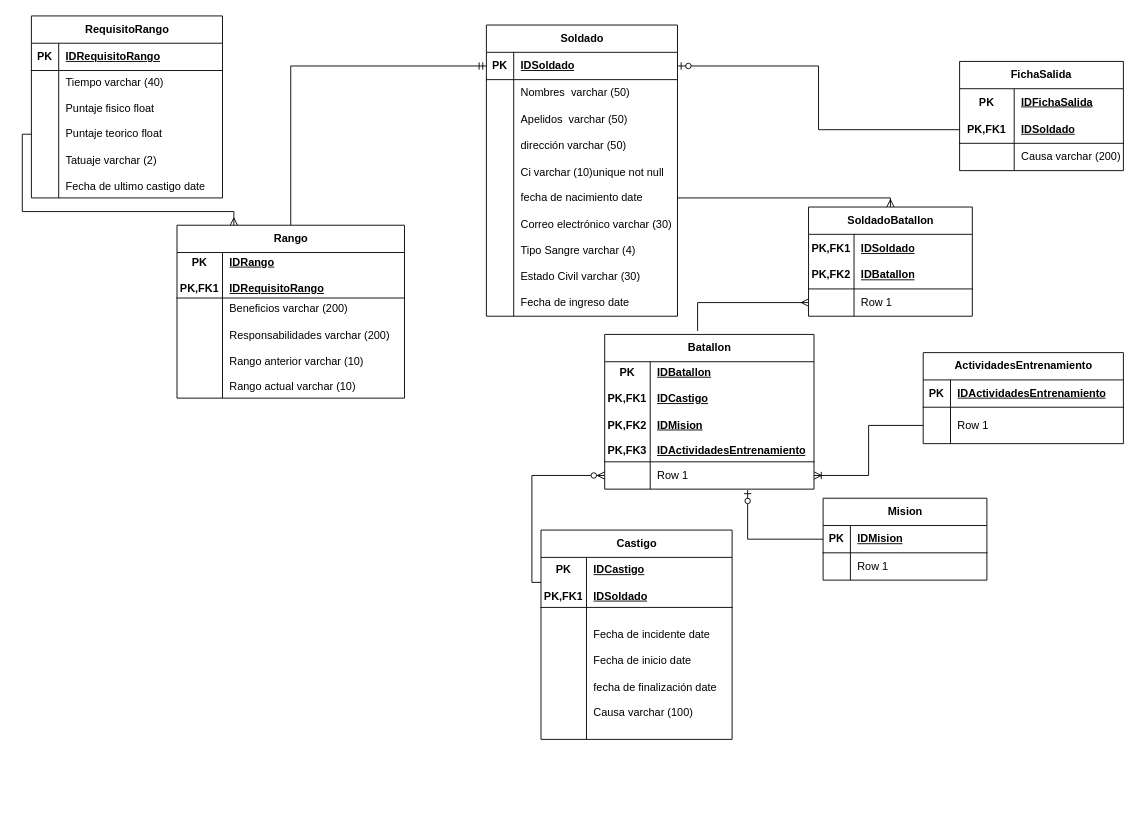
The draw.io diagram Ejercito.drawio in Rafael454Gonzalez/django-portfolio-simple, before the edit. Source tidied: cells renumbered, new cells numbered last; positions are measured from the earlier drawing's top-left corner, leaving out a move shared by most shapes. Both pictures are drawn from the tidied source at 91%, with x=0, y=0 at pixel (31, 15).
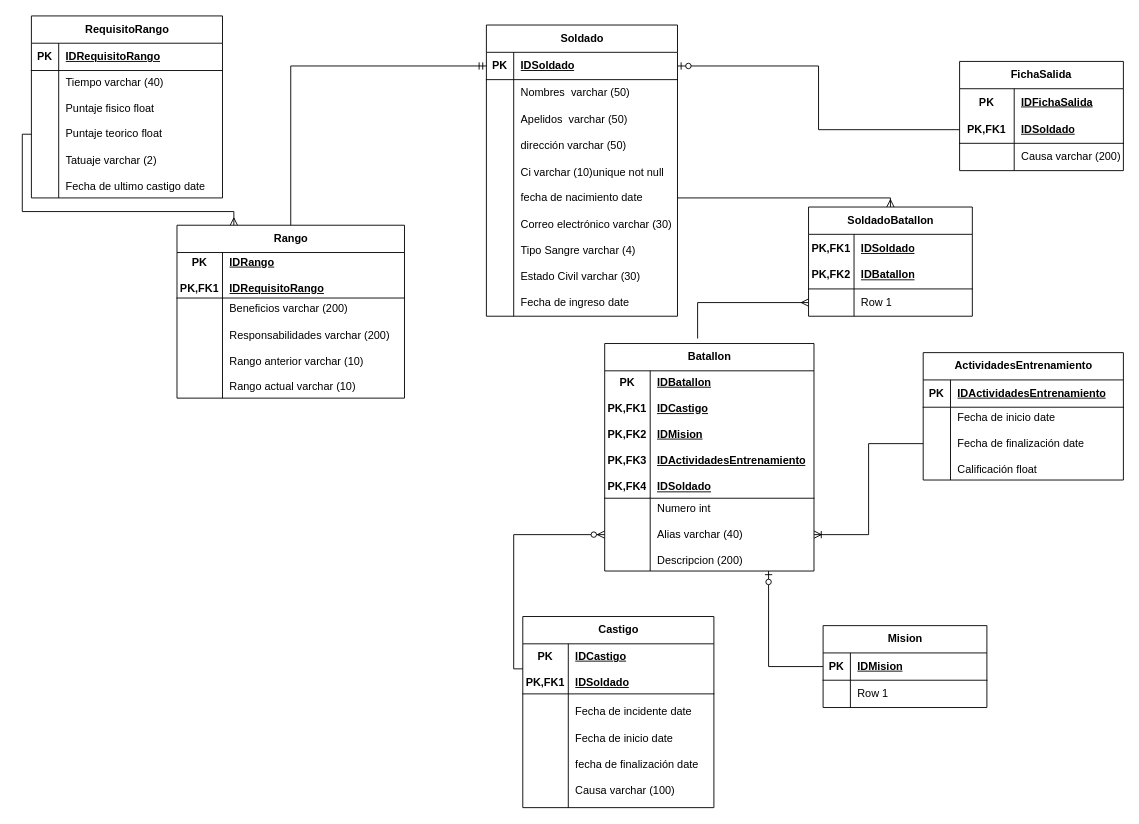
Above is the later version.

The change refers to these unchanged cells:
```xml
<mxCell id="61" style="shape=tableRow;horizontal=0;startSize=0;swimlaneHead=0;swimlaneBody=0;fillColor=none;points=[[0,0.5],[1,0.5]];portConstraint=eastwest;top=0;left=0;right=0;bottom=1;" parent="60" vertex="1">
  <mxGeometry y="30" width="180" height="30" as="geometry" />
</mxCell>
```

The edit, as a diff of the source:
```diff
@@
     <mxCell id="28" value="Castigo" style="shape=table;startSize=30;childLayout=tableLayout;rowLines=0;fontStyle=1;align=center;html=1;" parent="1" vertex="1">
-      <mxGeometry x="560" y="565" width="210" height="230" as="geometry" />
+      <mxGeometry x="540" y="660" width="210" height="210" as="geometry" />
     </mxCell>
@@
     <mxCell id="32" style="shape=tableRow;horizontal=0;startSize=0;swimlaneHead=0;swimlaneBody=0;fillColor=none;top=0;left=0;right=0;bottom=0;" parent="28" vertex="1">
-      <mxGeometry y="85" width="210" height="145" as="geometry" />
+      <mxGeometry y="85" width="210" height="125" as="geometry" />
     </mxCell>
     <mxCell id="33" style="shape=partialRectangle;fillColor=none;top=0;left=0;bottom=0;right=0;overflow=hidden;whiteSpace=wrap;html=1;" parent="32" vertex="1">
-      <mxGeometry width="50" height="145" as="geometry" />
+      <mxGeometry width="50" height="125" as="geometry" />
     </mxCell>
     <mxCell id="34" value="Fecha de incidente date&lt;br&gt;&lt;br&gt;Fecha de inicio date&lt;br&gt;&lt;br&gt;fecha de&amp;nbsp;finalización date&lt;br&gt;&lt;br&gt;Causa varchar (100)" style="shape=partialRectangle;fillColor=none;top=0;left=0;bottom=0;right=0;align=left;spacingLeft=6;overflow=hidden;whiteSpace=wrap;html=1;" parent="32" vertex="1">
-      <mxGeometry x="50" width="160" height="145" as="geometry" />
+      <mxGeometry x="50" width="160" height="125" as="geometry" />
     </mxCell>
@@
     <mxCell id="42" value="Batallon" style="shape=table;startSize=30;childLayout=tableLayout;rowLines=0;fontStyle=1;align=center;html=1;" parent="1" vertex="1">
-      <mxGeometry x="630" y="350" width="230" height="170" as="geometry" />
+      <mxGeometry x="630" y="360" width="230" height="250" as="geometry" />
     </mxCell>
     <mxCell id="43" style="shape=tableRow;horizontal=0;startSize=0;swimlaneHead=0;swimlaneBody=0;fillColor=none;top=0;left=0;right=0;bottom=1;" parent="42" vertex="1">
-      <mxGeometry y="30" width="230" height="110" as="geometry" />
+      <mxGeometry y="30" width="230" height="140" as="geometry" />
     </mxCell>
-    <mxCell id="44" value="PK&lt;br&gt;&lt;br&gt;PK,FK1&lt;br&gt;&lt;br&gt;PK,FK2&lt;br&gt;&lt;br&gt;PK,FK3" style="shape=partialRectangle;fillColor=none;top=0;left=0;bottom=0;right=0;fontStyle=1;overflow=hidden;whiteSpace=wrap;html=1;" parent="43" vertex="1">
-      <mxGeometry width="50" height="110" as="geometry" />
+    <mxCell id="44" value="PK&lt;br&gt;&lt;br&gt;PK,FK1&lt;br&gt;&lt;br&gt;PK,FK2&lt;br&gt;&lt;br&gt;PK,FK3&lt;br&gt;&lt;br&gt;PK,FK4" style="shape=partialRectangle;fillColor=none;top=0;left=0;bottom=0;right=0;fontStyle=1;overflow=hidden;whiteSpace=wrap;html=1;" parent="43" vertex="1">
+      <mxGeometry width="50" height="140" as="geometry" />
     </mxCell>
-    <mxCell id="45" value="IDBatallon&lt;br&gt;&lt;br&gt;IDCastigo&lt;br&gt;&lt;br&gt;IDMision&lt;br&gt;&lt;br&gt;IDActividadesEntrenamiento" style="shape=partialRectangle;fillColor=none;top=0;left=0;bottom=0;right=0;align=left;spacingLeft=6;fontStyle=5;overflow=hidden;whiteSpace=wrap;html=1;" parent="43" vertex="1">
-      <mxGeometry x="50" width="180" height="110" as="geometry" />
+    <mxCell id="45" value="IDBatallon&lt;br&gt;&lt;br&gt;IDCastigo&lt;br&gt;&lt;br&gt;IDMision&lt;br&gt;&lt;br&gt;IDActividadesEntrenamiento&lt;br&gt;&lt;br&gt;IDSoldado" style="shape=partialRectangle;fillColor=none;top=0;left=0;bottom=0;right=0;align=left;spacingLeft=6;fontStyle=5;overflow=hidden;whiteSpace=wrap;html=1;" parent="43" vertex="1">
+      <mxGeometry x="50" width="180" height="140" as="geometry" />
     </mxCell>
     <mxCell id="46" style="shape=tableRow;horizontal=0;startSize=0;swimlaneHead=0;swimlaneBody=0;fillColor=none;points=[[0,0.5],[1,0.5]];portConstraint=eastwest;top=0;left=0;right=0;bottom=0;" parent="42" vertex="1">
-      <mxGeometry y="140" width="230" height="30" as="geometry" />
+      <mxGeometry y="170" width="230" height="80" as="geometry" />
     </mxCell>
     <mxCell id="47" style="shape=partialRectangle;fillColor=none;top=0;left=0;bottom=0;right=0;overflow=hidden;whiteSpace=wrap;html=1;" parent="46" vertex="1">
-      <mxGeometry width="50" height="30" as="geometry" />
+      <mxGeometry width="50" height="80" as="geometry" />
     </mxCell>
-    <mxCell id="48" value="Row 1" style="shape=partialRectangle;fillColor=none;top=0;left=0;bottom=0;right=0;align=left;spacingLeft=6;overflow=hidden;whiteSpace=wrap;html=1;" parent="46" vertex="1">
-      <mxGeometry x="50" width="180" height="30" as="geometry" />
+    <mxCell id="48" value="Numero int&lt;br&gt;&lt;br&gt;Alias varchar (40)&lt;br&gt;&lt;br&gt;Descripcion (200)" style="shape=partialRectangle;fillColor=none;top=0;left=0;bottom=0;right=0;align=left;spacingLeft=6;overflow=hidden;whiteSpace=wrap;html=1;" parent="46" vertex="1">
+      <mxGeometry x="50" width="180" height="80" as="geometry" />
     </mxCell>
     <mxCell id="49" value="ActividadesEntrenamiento" style="shape=table;startSize=30;childLayout=tableLayout;rowLines=0;fontStyle=1;align=center;html=1;" parent="1" vertex="1">
-      <mxGeometry x="980" y="370" width="220" height="100" as="geometry" />
+      <mxGeometry x="980" y="370" width="220" height="140" as="geometry" />
     </mxCell>
@@
     <mxCell id="53" style="shape=tableRow;horizontal=0;startSize=0;swimlaneHead=0;swimlaneBody=0;fillColor=none;points=[[0,0.5],[1,0.5]];portConstraint=eastwest;top=0;left=0;right=0;bottom=0;" parent="49" vertex="1">
-      <mxGeometry y="60" width="220" height="40" as="geometry" />
+      <mxGeometry y="60" width="220" height="80" as="geometry" />
     </mxCell>
     <mxCell id="54" style="shape=partialRectangle;fillColor=none;top=0;left=0;bottom=0;right=0;overflow=hidden;whiteSpace=wrap;html=1;" parent="53" vertex="1">
-      <mxGeometry width="30" height="40" as="geometry" />
+      <mxGeometry width="30" height="80" as="geometry" />
     </mxCell>
-    <mxCell id="55" value="Row 1" style="shape=partialRectangle;fillColor=none;top=0;left=0;bottom=0;right=0;align=left;spacingLeft=6;overflow=hidden;whiteSpace=wrap;html=1;" parent="53" vertex="1">
-      <mxGeometry x="30" width="190" height="40" as="geometry" />
+    <mxCell id="55" value="Fecha de inicio date&lt;br&gt;&lt;br&gt;Fecha de&amp;nbsp;finalización date&lt;br&gt;&lt;br&gt;Calificación float&amp;nbsp;" style="shape=partialRectangle;fillColor=none;top=0;left=0;bottom=0;right=0;align=left;spacingLeft=6;overflow=hidden;whiteSpace=wrap;html=1;" parent="53" vertex="1">
+      <mxGeometry x="30" width="190" height="80" as="geometry" />
     </mxCell>
@@
     <mxCell id="60" value="Mision" style="shape=table;startSize=30;childLayout=tableLayout;rowLines=0;fontStyle=1;align=center;html=1;" parent="1" vertex="1">
-      <mxGeometry x="870" y="530" width="180" height="90" as="geometry" />
+      <mxGeometry x="870" y="670" width="180" height="90" as="geometry" />
     </mxCell>
@@
-    <mxCell id="67" style="edgeStyle=orthogonalEdgeStyle;fontSize=12;html=1;endArrow=ERzeroToOne;endFill=1;rounded=0;exitX=0;exitY=0.5;exitDx=0;exitDy=0;entryX=0.683;entryY=1.033;entryDx=0;entryDy=0;entryPerimeter=0;" parent="1" edge="1" source="61" target="46">
+    <mxCell id="67" style="edgeStyle=orthogonalEdgeStyle;fontSize=12;html=1;endArrow=ERzeroToOne;endFill=1;rounded=0;exitX=0;exitY=0.5;exitDx=0;exitDy=0;entryX=0.783;entryY=1;entryDx=0;entryDy=0;entryPerimeter=0;" parent="1" edge="1" source="61" target="46">
       <mxGeometry relative="1" as="geometry" />
     </mxCell>
```
